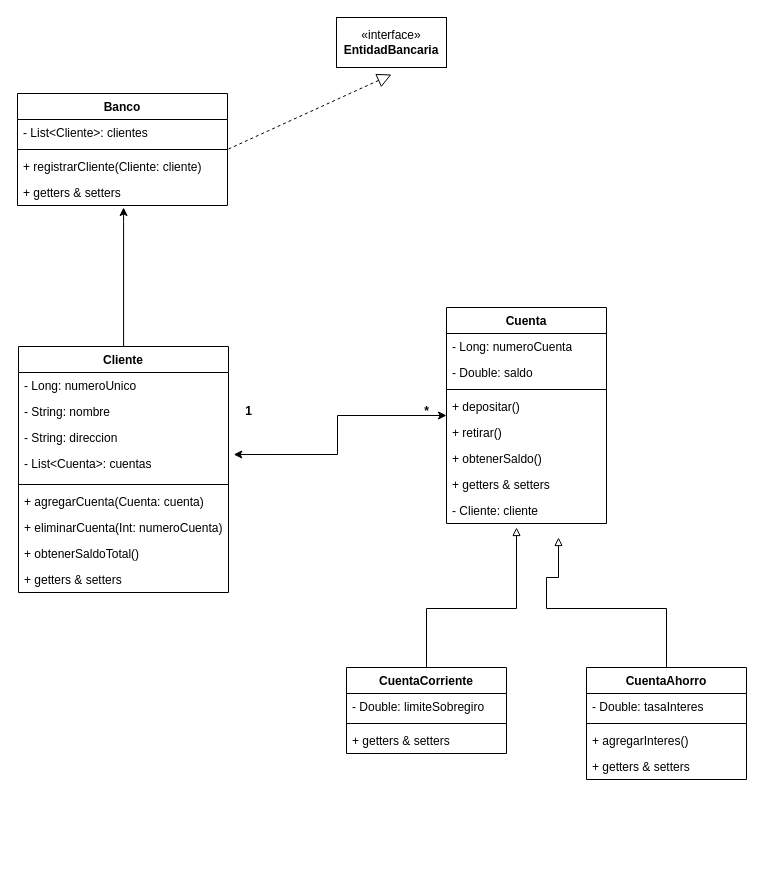
The draw.io diagram Diagrama de clases - Sistema Bancario.drawio in Gerardo-Rioss/Tp1-java, before the edit. Source tidied: cells renumbered, new cells numbered last; positions are measured from the earlier drawing's top-left corner, leaving out a move shared by most shapes. Both pictures are drawn from the tidied source at 100%, with x=0, y=0 at pixel (17, 17).
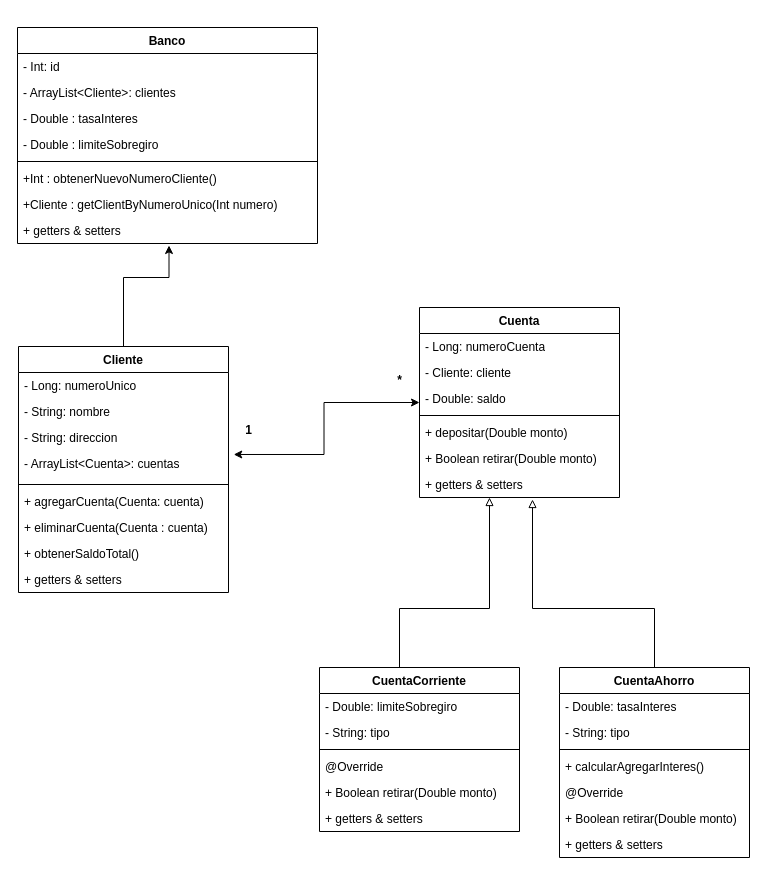
Above is the later version.

Commit message (it also covers changes not shown here):
Actualizado UML

The change refers to these unchanged cells:
```xml
<mxCell id="2" value="Cliente&lt;br&gt;" style="swimlane;fontStyle=1;align=center;verticalAlign=top;horizontal=1;startSize=26;whiteSpace=wrap;html=1;" parent="1" vertex="1">
  <mxGeometry x="1" y="329" width="210" height="246" as="geometry" />
</mxCell>
```

Diff of the diagram source:
```diff
@@
-    <mxCell id="6" value="- List&amp;lt;Cuenta&amp;gt;: cuentas" style="text;strokeColor=none;fillColor=none;align=left;verticalAlign=top;spacingLeft=4;spacingRight=4;overflow=hidden;points=[[0,0.5],[1,0.5]];portConstraint=eastwest;whiteSpace=wrap;html=1;" parent="2" vertex="1">
+    <mxCell id="6" value="- ArrayList&amp;lt;Cuenta&amp;gt;: cuentas" style="text;strokeColor=none;fillColor=none;align=left;verticalAlign=top;spacingLeft=4;spacingRight=4;overflow=hidden;points=[[0,0.5],[1,0.5]];portConstraint=eastwest;whiteSpace=wrap;html=1;" parent="2" vertex="1">
       <mxGeometry y="104" width="210" height="30" as="geometry" />
     </mxCell>
@@
-    <mxCell id="9" value="+ eliminarCuenta(Int: numeroCuenta)" style="text;strokeColor=none;fillColor=none;align=left;verticalAlign=top;spacingLeft=4;spacingRight=4;overflow=hidden;whiteSpace=wrap;html=1;" parent="2" vertex="1">
+    <mxCell id="9" value="+ eliminarCuenta(Cuenta : cuenta)" style="text;strokeColor=none;fillColor=none;align=left;verticalAlign=top;spacingLeft=4;spacingRight=4;overflow=hidden;whiteSpace=wrap;html=1;" parent="2" vertex="1">
       <mxGeometry y="168" width="210" height="26" as="geometry" />
     </mxCell>
@@
     <mxCell id="12" value="Cuenta" style="swimlane;fontStyle=1;align=center;verticalAlign=top;horizontal=1;startSize=26;whiteSpace=wrap;html=1;" parent="1" vertex="1">
-      <mxGeometry x="429" y="290" width="160" height="216" as="geometry" />
+      <mxGeometry x="402" y="290" width="200" height="190" as="geometry" />
     </mxCell>
     <mxCell id="13" value="- Long: numeroCuenta" style="text;strokeColor=none;fillColor=none;align=left;verticalAlign=top;spacingLeft=4;spacingRight=4;overflow=hidden;whiteSpace=wrap;html=1;" parent="12" vertex="1">
-      <mxGeometry y="26" width="160" height="26" as="geometry" />
+      <mxGeometry y="26" width="200" height="26" as="geometry" />
     </mxCell>
+    <mxCell id="20" value="- Cliente: cliente" style="text;strokeColor=none;fillColor=none;align=left;verticalAlign=top;spacingLeft=4;spacingRight=4;overflow=hidden;whiteSpace=wrap;html=1;" parent="12" vertex="1">
+      <mxGeometry y="52" width="200" height="26" as="geometry" />
+    </mxCell>
     <mxCell id="14" value="- Double: saldo" style="text;strokeColor=none;fillColor=none;align=left;verticalAlign=top;spacingLeft=4;spacingRight=4;overflow=hidden;whiteSpace=wrap;html=1;" parent="12" vertex="1">
-      <mxGeometry y="52" width="160" height="26" as="geometry" />
+      <mxGeometry y="78" width="200" height="26" as="geometry" />
     </mxCell>
     <mxCell id="15" style="line;strokeWidth=1;fillColor=none;align=left;verticalAlign=middle;spacingTop=-1;spacingLeft=3;spacingRight=3;labelPosition=right;strokeColor=inherit;" parent="12" vertex="1">
-      <mxGeometry y="78" width="160" height="8" as="geometry" />
+      <mxGeometry y="104" width="200" height="8" as="geometry" />
     </mxCell>
-    <mxCell id="16" value="+ depositar()" style="text;strokeColor=none;fillColor=none;align=left;verticalAlign=top;spacingLeft=4;spacingRight=4;overflow=hidden;whiteSpace=wrap;html=1;" parent="12" vertex="1">
-      <mxGeometry y="86" width="160" height="26" as="geometry" />
+    <mxCell id="16" value="+ depositar(Double monto)" style="text;strokeColor=none;fillColor=none;align=left;verticalAlign=top;spacingLeft=4;spacingRight=4;overflow=hidden;whiteSpace=wrap;html=1;" parent="12" vertex="1">
+      <mxGeometry y="112" width="200" height="26" as="geometry" />
     </mxCell>
-    <mxCell id="17" value="+ retirar()" style="text;strokeColor=none;fillColor=none;align=left;verticalAlign=top;spacingLeft=4;spacingRight=4;overflow=hidden;whiteSpace=wrap;html=1;" parent="12" vertex="1">
-      <mxGeometry y="112" width="160" height="26" as="geometry" />
+    <mxCell id="17" value="+ Boolean retirar(Double monto)" style="text;strokeColor=none;fillColor=none;align=left;verticalAlign=top;spacingLeft=4;spacingRight=4;overflow=hidden;whiteSpace=wrap;html=1;" parent="12" vertex="1">
+      <mxGeometry y="138" width="200" height="26" as="geometry" />
     </mxCell>
-    <mxCell id="18" value="+ obtenerSaldo()" style="text;strokeColor=none;fillColor=none;align=left;verticalAlign=top;spacingLeft=4;spacingRight=4;overflow=hidden;whiteSpace=wrap;html=1;" parent="12" vertex="1">
-      <mxGeometry y="138" width="160" height="26" as="geometry" />
-    </mxCell>
     <mxCell id="19" value="+ getters &amp;amp; setters" style="text;strokeColor=none;fillColor=none;align=left;verticalAlign=top;spacingLeft=4;spacingRight=4;overflow=hidden;points=[[0,0.5],[1,0.5]];portConstraint=eastwest;whiteSpace=wrap;html=1;" parent="12" vertex="1">
-      <mxGeometry y="164" width="160" height="26" as="geometry" />
+      <mxGeometry y="164" width="200" height="26" as="geometry" />
     </mxCell>
-    <mxCell id="20" value="- Cliente: cliente" style="text;strokeColor=none;fillColor=none;align=left;verticalAlign=top;spacingLeft=4;spacingRight=4;overflow=hidden;whiteSpace=wrap;html=1;" parent="12" vertex="1">
-      <mxGeometry y="190" width="160" height="26" as="geometry" />
-    </mxCell>
     <mxCell id="21" value="CuentaAhorro" style="swimlane;fontStyle=1;align=center;verticalAlign=top;horizontal=1;startSize=26;whiteSpace=wrap;html=1;" parent="1" vertex="1">
-      <mxGeometry x="569" y="650" width="160" height="112" as="geometry" />
+      <mxGeometry x="542" y="650" width="190" height="190" as="geometry" />
     </mxCell>
     <mxCell id="22" value="- Double: tasaInteres" style="text;strokeColor=none;fillColor=none;align=left;verticalAlign=top;spacingLeft=4;spacingRight=4;overflow=hidden;whiteSpace=wrap;html=1;" parent="21" vertex="1">
-      <mxGeometry y="26" width="160" height="26" as="geometry" />
+      <mxGeometry y="26" width="190" height="26" as="geometry" />
     </mxCell>
+    <mxCell id="43" value="- String: tipo" style="text;strokeColor=none;fillColor=none;align=left;verticalAlign=top;spacingLeft=4;spacingRight=4;overflow=hidden;whiteSpace=wrap;html=1;" parent="21" vertex="1">
+      <mxGeometry y="52" width="190" height="26" as="geometry" />
+    </mxCell>
     <mxCell id="23" style="line;strokeWidth=1;fillColor=none;align=left;verticalAlign=middle;spacingTop=-1;spacingLeft=3;spacingRight=3;labelPosition=right;strokeColor=inherit;" parent="21" vertex="1">
-      <mxGeometry y="52" width="160" height="8" as="geometry" />
+      <mxGeometry y="78" width="190" height="8" as="geometry" />
     </mxCell>
-    <mxCell id="24" value="+ agregarInteres()" style="text;strokeColor=none;fillColor=none;align=left;verticalAlign=top;spacingLeft=4;spacingRight=4;overflow=hidden;whiteSpace=wrap;html=1;" parent="21" vertex="1">
-      <mxGeometry y="60" width="160" height="26" as="geometry" />
+    <mxCell id="24" value="+ calcularAgregarInteres()" style="text;strokeColor=none;fillColor=none;align=left;verticalAlign=top;spacingLeft=4;spacingRight=4;overflow=hidden;whiteSpace=wrap;html=1;" parent="21" vertex="1">
+      <mxGeometry y="86" width="190" height="26" as="geometry" />
     </mxCell>
+    <mxCell id="44" value="@Override" style="text;strokeColor=none;fillColor=none;align=left;verticalAlign=top;spacingLeft=4;spacingRight=4;overflow=hidden;whiteSpace=wrap;html=1;" parent="21" vertex="1">
+      <mxGeometry y="112" width="190" height="26" as="geometry" />
+    </mxCell>
+    <mxCell id="45" value="+ Boolean retirar(Double monto)" style="text;strokeColor=none;fillColor=none;align=left;verticalAlign=top;spacingLeft=4;spacingRight=4;overflow=hidden;whiteSpace=wrap;html=1;" parent="21" vertex="1">
+      <mxGeometry y="138" width="190" height="26" as="geometry" />
+    </mxCell>
     <mxCell id="25" value="+ getters &amp;amp; setters" style="text;strokeColor=none;fillColor=none;align=left;verticalAlign=top;spacingLeft=4;spacingRight=4;overflow=hidden;whiteSpace=wrap;html=1;" parent="21" vertex="1">
-      <mxGeometry y="86" width="160" height="26" as="geometry" />
+      <mxGeometry y="164" width="190" height="26" as="geometry" />
     </mxCell>
     <mxCell id="26" value="CuentaCorriente" style="swimlane;fontStyle=1;align=center;verticalAlign=top;horizontal=1;startSize=26;whiteSpace=wrap;html=1;" parent="1" vertex="1">
-      <mxGeometry x="329" y="650" width="160" height="86" as="geometry" />
+      <mxGeometry x="302" y="650" width="200" height="164" as="geometry" />
     </mxCell>
     <mxCell id="27" value="- Double: limiteSobregiro&amp;nbsp;" style="text;strokeColor=none;fillColor=none;align=left;verticalAlign=top;spacingLeft=4;spacingRight=4;overflow=hidden;whiteSpace=wrap;html=1;" parent="26" vertex="1">
-      <mxGeometry y="26" width="160" height="26" as="geometry" />
+      <mxGeometry y="26" width="200" height="26" as="geometry" />
     </mxCell>
+    <mxCell id="46" value="- String: tipo" style="text;strokeColor=none;fillColor=none;align=left;verticalAlign=top;spacingLeft=4;spacingRight=4;overflow=hidden;whiteSpace=wrap;html=1;" parent="26" vertex="1">
+      <mxGeometry y="52" width="200" height="26" as="geometry" />
+    </mxCell>
     <mxCell id="28" style="line;strokeWidth=1;fillColor=none;align=left;verticalAlign=middle;spacingTop=-1;spacingLeft=3;spacingRight=3;labelPosition=right;strokeColor=inherit;" parent="26" vertex="1">
-      <mxGeometry y="52" width="160" height="8" as="geometry" />
+      <mxGeometry y="78" width="200" height="8" as="geometry" />
     </mxCell>
+    <mxCell id="47" value="@Override" style="text;strokeColor=none;fillColor=none;align=left;verticalAlign=top;spacingLeft=4;spacingRight=4;overflow=hidden;whiteSpace=wrap;html=1;" parent="26" vertex="1">
+      <mxGeometry y="86" width="200" height="26" as="geometry" />
+    </mxCell>
+    <mxCell id="48" value="+ Boolean retirar(Double monto)" style="text;strokeColor=none;fillColor=none;align=left;verticalAlign=top;spacingLeft=4;spacingRight=4;overflow=hidden;whiteSpace=wrap;html=1;" parent="26" vertex="1">
+      <mxGeometry y="112" width="200" height="26" as="geometry" />
+    </mxCell>
     <mxCell id="29" value="+ getters &amp;amp; setters" style="text;strokeColor=none;fillColor=none;align=left;verticalAlign=top;spacingLeft=4;spacingRight=4;overflow=hidden;whiteSpace=wrap;html=1;" parent="26" vertex="1">
-      <mxGeometry y="60" width="160" height="26" as="geometry" />
+      <mxGeometry y="138" width="200" height="26" as="geometry" />
     </mxCell>
@@
     <mxCell id="31" value="1" style="text;align=center;fontStyle=1;verticalAlign=middle;spacingLeft=3;spacingRight=3;strokeColor=none;html=1;" parent="1" vertex="1">
-      <mxGeometry x="191" y="381" width="80" height="26" as="geometry" />
+      <mxGeometry x="191" y="400" width="80" height="26" as="geometry" />
     </mxCell>
     <mxCell id="32" value="*" style="text;align=center;fontStyle=1;verticalAlign=middle;spacingLeft=3;spacingRight=3;strokeColor=none;html=1;" parent="1" vertex="1">
-      <mxGeometry x="369" y="381" width="80" height="26" as="geometry" />
+      <mxGeometry x="342" y="350" width="80" height="26" as="geometry" />
     </mxCell>
-    <mxCell id="33" style="edgeStyle=orthogonalEdgeStyle;rounded=0;jettySize=auto;html=1;exitX=0.5;exitY=0;exitDx=0;exitDy=0;endArrow=block;endFill=0;" parent="1" edge="1" source="21">
+    <mxCell id="33" style="edgeStyle=orthogonalEdgeStyle;rounded=0;jettySize=auto;html=1;exitX=0.5;exitY=0;exitDx=0;exitDy=0;endArrow=block;endFill=0;entryX=0.565;entryY=1.077;entryDx=0;entryDy=0;entryPerimeter=0;" parent="1" edge="1" source="21" target="19">
       <mxGeometry relative="1" as="geometry">
-        <mxPoint x="541" y="520" as="targetPoint" />
         <Array as="points">
-          <mxPoint x="649" y="591" />
-          <mxPoint x="529" y="591" />
-          <mxPoint x="529" y="560" />
-          <mxPoint x="541" y="560" />
+          <mxPoint x="637" y="591" />
+          <mxPoint x="515" y="591" />
         </Array>
       </mxGeometry>
     </mxCell>
-    <mxCell id="34" style="edgeStyle=orthogonalEdgeStyle;rounded=0;jettySize=auto;html=1;endArrow=block;endFill=0;" parent="1" edge="1" source="26">
+    <mxCell id="34" style="edgeStyle=orthogonalEdgeStyle;rounded=0;jettySize=auto;html=1;endArrow=block;endFill=0;entryX=0.35;entryY=1;entryDx=0;entryDy=0;entryPerimeter=0;" parent="1" edge="1" source="26" target="19">
       <mxGeometry relative="1" as="geometry">
-        <mxPoint x="499" y="510" as="targetPoint" />
         <Array as="points">
-          <mxPoint x="409" y="591" />
-          <mxPoint x="499" y="591" />
+          <mxPoint x="382" y="591" />
+          <mxPoint x="472" y="591" />
         </Array>
       </mxGeometry>
     </mxCell>
     <mxCell id="35" value="Banco" style="swimlane;fontStyle=1;align=center;verticalAlign=top;horizontal=1;startSize=26;whiteSpace=wrap;html=1;" parent="1" vertex="1">
-      <mxGeometry y="76" width="210" height="112" as="geometry" />
+      <mxGeometry y="10" width="300" height="216" as="geometry" />
     </mxCell>
+    <mxCell id="49" value="- Int: id" style="text;strokeColor=none;fillColor=none;align=left;verticalAlign=top;spacingLeft=4;spacingRight=4;overflow=hidden;whiteSpace=wrap;html=1;" parent="35" vertex="1">
+      <mxGeometry y="26" width="300" height="26" as="geometry" />
+    </mxCell>
-    <mxCell id="36" value="- List&amp;lt;Cliente&amp;gt;: clientes" style="text;strokeColor=none;fillColor=none;align=left;verticalAlign=top;spacingLeft=4;spacingRight=4;overflow=hidden;whiteSpace=wrap;html=1;" parent="35" vertex="1">
-      <mxGeometry y="26" width="210" height="26" as="geometry" />
+    <mxCell id="36" value="- ArrayList&amp;lt;Cliente&amp;gt;: clientes" style="text;strokeColor=none;fillColor=none;align=left;verticalAlign=top;spacingLeft=4;spacingRight=4;overflow=hidden;whiteSpace=wrap;html=1;" parent="35" vertex="1">
+      <mxGeometry y="52" width="300" height="26" as="geometry" />
     </mxCell>
+    <mxCell id="50" value="- Double : tasaInteres" style="text;strokeColor=none;fillColor=none;align=left;verticalAlign=top;spacingLeft=4;spacingRight=4;overflow=hidden;whiteSpace=wrap;html=1;" parent="35" vertex="1">
+      <mxGeometry y="78" width="300" height="26" as="geometry" />
+    </mxCell>
+    <mxCell id="51" value="- Double : limiteSobregiro" style="text;strokeColor=none;fillColor=none;align=left;verticalAlign=top;spacingLeft=4;spacingRight=4;overflow=hidden;whiteSpace=wrap;html=1;" parent="35" vertex="1">
+      <mxGeometry y="104" width="300" height="26" as="geometry" />
+    </mxCell>
     <mxCell id="37" style="line;strokeWidth=1;fillColor=none;align=left;verticalAlign=middle;spacingTop=-1;spacingLeft=3;spacingRight=3;labelPosition=right;strokeColor=inherit;" parent="35" vertex="1">
-      <mxGeometry y="52" width="210" height="8" as="geometry" />
+      <mxGeometry y="130" width="300" height="8" as="geometry" />
     </mxCell>
-    <mxCell id="38" value="+ registrarCliente(Cliente: cliente)" style="text;strokeColor=none;fillColor=none;align=left;verticalAlign=top;spacingLeft=4;spacingRight=4;overflow=hidden;whiteSpace=wrap;html=1;" parent="35" vertex="1">
-      <mxGeometry y="60" width="210" height="26" as="geometry" />
-    </mxCell>
+    <mxCell id="52" value="+Int : obtenerNuevoNumeroCliente()" style="text;strokeColor=none;fillColor=none;align=left;verticalAlign=top;spacingLeft=4;spacingRight=4;overflow=hidden;whiteSpace=wrap;html=1;" parent="35" vertex="1">
+      <mxGeometry y="138" width="300" height="26" as="geometry" />
+    </mxCell>
+    <mxCell id="53" value="+Cliente :&amp;nbsp;getClientByNumeroUnico(Int numero)" style="text;strokeColor=none;fillColor=none;align=left;verticalAlign=top;spacingLeft=4;spacingRight=4;overflow=hidden;whiteSpace=wrap;html=1;" parent="35" vertex="1">
+      <mxGeometry y="164" width="300" height="26" as="geometry" />
+    </mxCell>
     <mxCell id="39" value="+ getters &amp;amp; setters" style="text;strokeColor=none;fillColor=none;align=left;verticalAlign=top;spacingLeft=4;spacingRight=4;overflow=hidden;points=[[0,0.5],[1,0.5]];portConstraint=eastwest;whiteSpace=wrap;html=1;" parent="35" vertex="1">
-      <mxGeometry y="86" width="210" height="26" as="geometry" />
+      <mxGeometry y="190" width="300" height="26" as="geometry" />
     </mxCell>
     <mxCell id="40" style="edgeStyle=orthogonalEdgeStyle;rounded=0;jettySize=auto;html=1;entryX=0.505;entryY=1.077;entryDx=0;entryDy=0;entryPerimeter=0;" parent="1" edge="1" source="2" target="39">
       <mxGeometry relative="1" as="geometry">
         <Array as="points">
-          <mxPoint x="106" y="204" />
+          <mxPoint x="106" y="260" />
+          <mxPoint x="152" y="260" />
         </Array>
       </mxGeometry>
     </mxCell>
-    <mxCell id="41" value="«interface»&lt;br&gt;&lt;b&gt;EntidadBancaria&lt;/b&gt;" style="html=1;whiteSpace=wrap;" parent="1" vertex="1">
-      <mxGeometry x="319" width="110" height="50" as="geometry" />
-    </mxCell>
-    <mxCell id="42" style="endArrow=block;dashed=1;endFill=0;endSize=12;html=1;rounded=0;entryX=0.5;entryY=1.14;entryDx=0;entryDy=0;entryPerimeter=0;" parent="1" edge="1" target="41">
-      <mxGeometry relative="1" as="geometry">
-        <mxPoint x="211" y="131.5" as="sourcePoint" />
-      </mxGeometry>
-    </mxCell>
```
